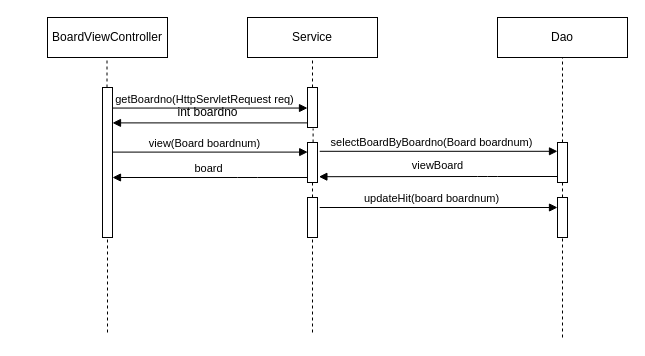
Earlier version of the draw.io diagram document/BoardViewController.drawio (iamheonil/KHSemiProject). Source tidied: cells renumbered, new cells numbered last; positions are measured from the earlier drawing's top-left corner, leaving out a move shared by most shapes. Both pictures are drawn from the tidied source at 100%, with x=0, y=0 at pixel (47, 17).
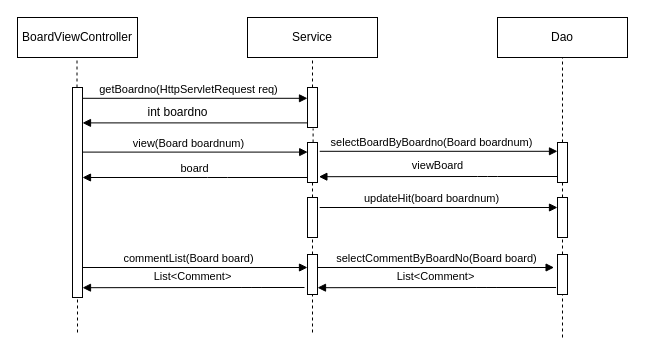
The same diagram, later.

Unchanged cells that the change refers to:
```xml
<mxCell id="12" style="html=1;points=[];perimeter=orthogonalPerimeter;" parent="1" vertex="1">
  <mxGeometry x="260" y="125" width="10" height="40" as="geometry" />
</mxCell>
<mxCell id="16" style="html=1;points=[];perimeter=orthogonalPerimeter;" parent="1" vertex="1">
  <mxGeometry x="260" y="70" width="10" height="40" as="geometry" />
</mxCell>
<mxCell id="25" style="html=1;points=[];perimeter=orthogonalPerimeter;" parent="1" vertex="1">
  <mxGeometry x="260" y="180" width="10" height="40" as="geometry" />
</mxCell>
<mxCell id="27" style="html=1;points=[];perimeter=orthogonalPerimeter;" parent="1" vertex="1">
  <mxGeometry x="510" y="180" width="10" height="40" as="geometry" />
</mxCell>
```

Diff of the diagram source:
```diff
@@
     <mxCell id="2" value="BoardViewController" style="rounded=0;whiteSpace=wrap;html=1;" parent="1" vertex="1">
-      <mxGeometry width="120" height="40" as="geometry" />
+      <mxGeometry x="-30" width="120" height="40" as="geometry" />
     </mxCell>
@@
     <mxCell id="5" style="endArrow=none;dashed=1;html=1;" parent="1" edge="1">
       <mxGeometry relative="1" as="geometry">
-        <mxPoint x="59.5" y="70" as="sourcePoint" />
-        <mxPoint x="59.5" y="40" as="targetPoint" />
+        <mxPoint x="29.5" y="70" as="sourcePoint" />
+        <mxPoint x="29.5" y="40" as="targetPoint" />
       </mxGeometry>
     </mxCell>
     <mxCell id="6" style="endArrow=none;dashed=1;html=1;" parent="1" edge="1" target="10">
       <mxGeometry relative="1" as="geometry">
-        <mxPoint x="60" y="315" as="sourcePoint" />
+        <mxPoint x="30" y="315" as="sourcePoint" />
       </mxGeometry>
     </mxCell>
@@
     <mxCell id="10" style="html=1;points=[];perimeter=orthogonalPerimeter;" parent="1" vertex="1">
-      <mxGeometry x="55" y="70" width="10" height="150" as="geometry" />
+      <mxGeometry x="25" y="70" width="10" height="210" as="geometry" />
     </mxCell>
@@
-    <mxCell id="17" value="getBoardno(HttpServletRequest req)" style="html=1;verticalAlign=bottom;endArrow=block;exitX=0.98;exitY=0.137;exitDx=0;exitDy=0;exitPerimeter=0;" parent="1" edge="1" source="10" target="16">
-      <mxGeometry x="-0.06" relative="1" as="geometry" />
+    <mxCell id="17" value="getBoardno(HttpServletRequest req)" style="html=1;verticalAlign=bottom;endArrow=block;exitX=0.98;exitY=0.137;exitDx=0;exitDy=0;exitPerimeter=0;" parent="1" edge="1" target="16">
+      <mxGeometry x="-0.06" relative="1" as="geometry">
+        <mxPoint x="34.8" y="80.8" as="sourcePoint" />
+      </mxGeometry>
     </mxCell>
@@
     <mxCell id="19" style="html=1;verticalAlign=bottom;endArrow=block;" parent="1" edge="1" source="12" target="10">
       <mxGeometry x="0.03" y="-3" relative="1" as="geometry">
         <Array as="points">
-          <mxPoint x="200" y="160" />
+          <mxPoint x="170" y="160" />
         </Array>
       </mxGeometry>
     </mxCell>
@@
     <mxCell id="21" value="int boardno" style="text;html=1;align=center;verticalAlign=middle;" parent="1" vertex="1">
-      <mxGeometry x="120" y="85" width="80" height="20" as="geometry" />
+      <mxGeometry x="90" y="85" width="80" height="20" as="geometry" />
     </mxCell>
@@
-    <mxCell id="26" style="endArrow=none;dashed=1;html=1;entryX=0.5;entryY=1;entryDx=0;entryDy=0;" parent="1" edge="1" target="25">
-      <mxGeometry relative="1" as="geometry">
-        <mxPoint x="265" y="315" as="sourcePoint" />
-      </mxGeometry>
+    <mxCell id="26" style="endArrow=none;dashed=1;html=1;entryX=0.5;entryY=1;entryDx=0;entryDy=0;" parent="1" edge="1" source="30" target="25">
+      <mxGeometry relative="1" as="geometry" />
     </mxCell>
@@
-    <mxCell id="28" style="endArrow=none;dashed=1;html=1;entryX=0.5;entryY=1;entryDx=0;entryDy=0;" parent="1" edge="1" target="27">
-      <mxGeometry relative="1" as="geometry">
-        <mxPoint x="515" y="320" as="sourcePoint" />
-      </mxGeometry>
+    <mxCell id="28" style="endArrow=none;dashed=1;html=1;entryX=0.5;entryY=1;entryDx=0;entryDy=0;" parent="1" edge="1" source="32" target="27">
+      <mxGeometry relative="1" as="geometry" />
     </mxCell>
@@
+    <mxCell id="30" style="html=1;points=[];perimeter=orthogonalPerimeter;" parent="1" vertex="1">
+      <mxGeometry x="260" y="237" width="10" height="40" as="geometry" />
+    </mxCell>
+    <mxCell id="31" style="endArrow=none;dashed=1;html=1;entryX=0.5;entryY=1;entryDx=0;entryDy=0;" parent="1" edge="1" target="30">
+      <mxGeometry relative="1" as="geometry">
+        <mxPoint x="265" y="315" as="sourcePoint" />
+      </mxGeometry>
+    </mxCell>
+    <mxCell id="32" style="html=1;points=[];perimeter=orthogonalPerimeter;" parent="1" vertex="1">
+      <mxGeometry x="510" y="237" width="10" height="40" as="geometry" />
+    </mxCell>
+    <mxCell id="33" style="endArrow=none;dashed=1;html=1;entryX=0.5;entryY=1;entryDx=0;entryDy=0;" parent="1" edge="1" target="32">
+      <mxGeometry relative="1" as="geometry">
+        <mxPoint x="515" y="320" as="sourcePoint" />
+      </mxGeometry>
+    </mxCell>
+    <mxCell id="34" value="commentList(Board board)" style="html=1;verticalAlign=bottom;endArrow=block;" parent="1" edge="1" target="30">
+      <mxGeometry x="-0.06" relative="1" as="geometry">
+        <mxPoint x="35" y="250" as="sourcePoint" />
+      </mxGeometry>
+    </mxCell>
+    <mxCell id="35" style="html=1;verticalAlign=bottom;endArrow=block;entryX=1.14;entryY=0.78;entryDx=0;entryDy=0;entryPerimeter=0;" parent="1" edge="1">
+      <mxGeometry x="0.03" y="-3" relative="1" as="geometry">
+        <mxPoint x="508.6" y="270" as="sourcePoint" />
+        <mxPoint x="270" y="270.2" as="targetPoint" />
+        <Array as="points">
+          <mxPoint x="438.6" y="270" />
+        </Array>
+      </mxGeometry>
+    </mxCell>
+    <mxCell id="36" value="List&amp;lt;Comment&amp;gt;" style="edgeLabel;html=1;align=center;verticalAlign=middle;" parent="35" vertex="1">
+      <mxGeometry x="-0.08" y="1" relative="1" as="geometry">
+        <mxPoint x="-11" y="-12.2" as="offset" />
+      </mxGeometry>
+    </mxCell>
+    <mxCell id="37" style="html=1;verticalAlign=bottom;endArrow=block;entryX=1.14;entryY=0.78;entryDx=0;entryDy=0;entryPerimeter=0;exitX=-0.3;exitY=0.825;exitDx=0;exitDy=0;exitPerimeter=0;" parent="1" edge="1" source="30">
+      <mxGeometry x="0.03" y="-3" relative="1" as="geometry">
+        <mxPoint x="35" y="270.2" as="targetPoint" />
+        <Array as="points">
+          <mxPoint x="203.6" y="270" />
+        </Array>
+      </mxGeometry>
+    </mxCell>
+    <mxCell id="38" value="List&amp;lt;Comment&amp;gt;" style="edgeLabel;html=1;align=center;verticalAlign=middle;" parent="37" vertex="1">
+      <mxGeometry x="-0.08" y="1" relative="1" as="geometry">
+        <mxPoint x="-11" y="-12.2" as="offset" />
+      </mxGeometry>
+    </mxCell>
+    <mxCell id="39" value="selectCommentByBoardNo(Board board)" style="html=1;verticalAlign=bottom;endArrow=block;entryX=-0.34;entryY=0.325;entryDx=0;entryDy=0;entryPerimeter=0;" parent="1" edge="1" target="32">
+      <mxGeometry x="0.01" relative="1" as="geometry">
+        <mxPoint x="270" y="250" as="sourcePoint" />
+      </mxGeometry>
+    </mxCell>
```
